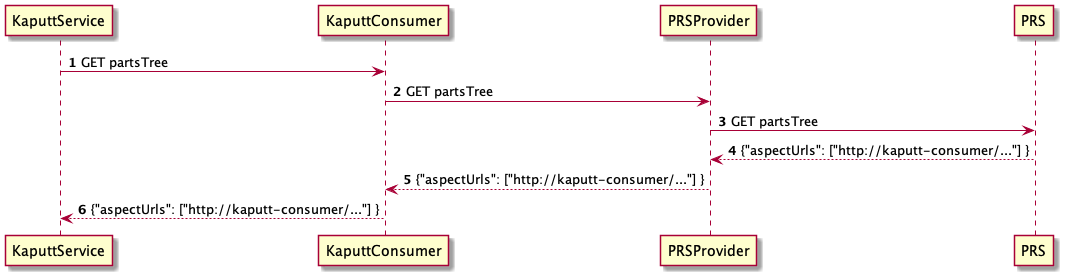
Before: documentation/architecture/diagrams/speedboat-get-aspect-url-sequence-diagram.png, a diagram exported from PlantUML (catenax/tractusx).
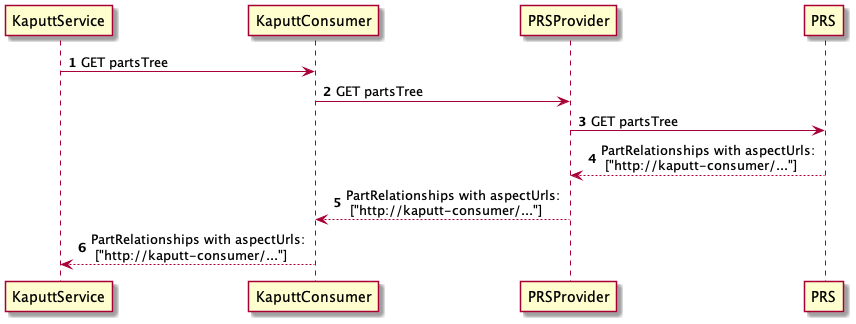
The same diagram one commit later.

Change to the diagram source:
```diff
@@ -5,7 +5,7 @@
 KaputtService -> KaputtConsumer: GET partsTree
 KaputtConsumer -> PRSProvider: GET partsTree
 PRSProvider -> PRS: GET partsTree
-PRSProvider <-- PRS: {"aspectUrls": ["http://kaputt-consumer/..."] }
-KaputtConsumer <-- PRSProvider: {"aspectUrls": ["http://kaputt-consumer/..."] }
-KaputtService <-- KaputtConsumer: {"aspectUrls": ["http://kaputt-consumer/..."] }
+PRSProvider <-- PRS: PartRelationships with aspectUrls: \n ["http://kaputt-consumer/..."]
+KaputtConsumer <-- PRSProvider: PartRelationships with aspectUrls: \n ["http://kaputt-consumer/..."]
+KaputtService <-- KaputtConsumer: PartRelationships with aspectUrls: \n ["http://kaputt-consumer/..."]
 @enduml
```
